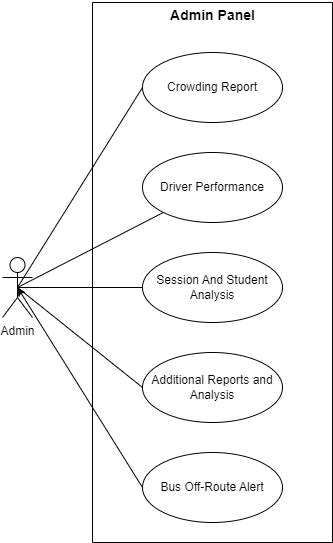
Earlier version of the draw.io export NTU Ride Pilot/Documentation/Diagrams/UseCaseDiagrams/ReportAnalysis.drawio.png (Abubakar-doc/FYP-24-SE-A-204). Source tidied: cells renumbered, new cells last; positions are measured from the earlier drawing's top-left corner, leaving out a move shared by most shapes. Source of this version:
```xml
<mxGraphModel>
  <root>
    <mxCell id="0" />
    <mxCell id="1" parent="0" />
    <mxCell id="2" style="swimlane;startSize=0;" parent="1" vertex="1">
      <mxGeometry x="90" y="2" width="240" height="540" as="geometry" />
    </mxCell>
    <mxCell id="3" value="Crowding Report" style="ellipse;whiteSpace=wrap;html=1;" parent="2" vertex="1">
      <mxGeometry x="50" y="50" width="140" height="70" as="geometry" />
    </mxCell>
    <mxCell id="4" value="Session And Student Analysis" style="ellipse;whiteSpace=wrap;html=1;" parent="2" vertex="1">
      <mxGeometry x="50" y="250" width="140" height="70" as="geometry" />
    </mxCell>
    <mxCell id="5" value="Driver Performance" style="ellipse;whiteSpace=wrap;html=1;" parent="2" vertex="1">
      <mxGeometry x="50" y="150" width="140" height="70" as="geometry" />
    </mxCell>
    <mxCell id="6" value="Additional Reports and Analysis" style="ellipse;whiteSpace=wrap;html=1;" parent="2" vertex="1">
      <mxGeometry x="50" y="350" width="140" height="70" as="geometry" />
    </mxCell>
    <mxCell id="7" value="&lt;p&gt;Bus Off-Route Alert&lt;/p&gt;" style="ellipse;whiteSpace=wrap;html=1;" parent="2" vertex="1">
      <mxGeometry x="50" y="450" width="140" height="70" as="geometry" />
    </mxCell>
    <mxCell id="8" style="rounded=0;jettySize=auto;html=1;exitX=0.5;exitY=0.5;exitDx=0;exitDy=0;exitPerimeter=0;entryX=0;entryY=0.5;entryDx=0;entryDy=0;endArrow=none;startFill=0;" parent="1" edge="1" source="12" target="3">
      <mxGeometry relative="1" as="geometry" />
    </mxCell>
    <mxCell id="9" style="rounded=0;jettySize=auto;html=1;exitX=0.5;exitY=0.5;exitDx=0;exitDy=0;exitPerimeter=0;endArrow=none;startFill=0;" parent="1" edge="1" source="12" target="5">
      <mxGeometry relative="1" as="geometry" />
    </mxCell>
    <mxCell id="10" style="rounded=0;jettySize=auto;html=1;exitX=0.5;exitY=0.5;exitDx=0;exitDy=0;exitPerimeter=0;entryX=0;entryY=0.5;entryDx=0;entryDy=0;endArrow=none;startFill=0;" parent="1" edge="1" source="12" target="4">
      <mxGeometry relative="1" as="geometry" />
    </mxCell>
    <mxCell id="11" style="rounded=0;jettySize=auto;html=1;exitX=0.5;exitY=0.5;exitDx=0;exitDy=0;exitPerimeter=0;entryX=0;entryY=0.5;entryDx=0;entryDy=0;endArrow=none;startFill=0;" parent="1" edge="1" source="12" target="6">
      <mxGeometry relative="1" as="geometry" />
    </mxCell>
    <mxCell id="12" value="Admin" style="shape=umlActor;verticalLabelPosition=bottom;verticalAlign=top;html=1;" parent="1" vertex="1">
      <mxGeometry y="257" width="30" height="60" as="geometry" />
    </mxCell>
    <mxCell id="13" value="&lt;b&gt;&lt;font style=&quot;font-size: 14px;&quot;&gt;Admin Panel&lt;/font&gt;&lt;/b&gt;" style="text;html=1;align=center;verticalAlign=middle;strokeColor=none;fillColor=none;" parent="1" vertex="1">
      <mxGeometry x="155" width="110" height="30" as="geometry" />
    </mxCell>
    <mxCell id="14" style="rounded=0;jettySize=auto;html=1;entryX=0.5;entryY=0.5;entryDx=0;entryDy=0;entryPerimeter=0;exitX=0;exitY=0.5;exitDx=0;exitDy=0;" parent="1" edge="1" source="7" target="12">
      <mxGeometry relative="1" as="geometry" />
    </mxCell>
  </root>
</mxGraphModel>
```
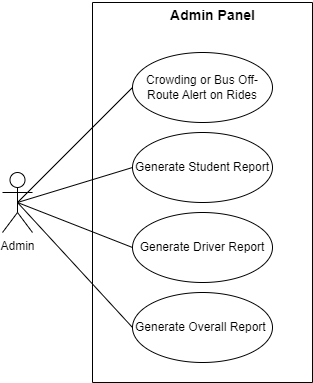
Above is the later version.

What changed in the source:
```diff
@@ -3,43 +3,37 @@
     <mxCell id="0" />
     <mxCell id="1" parent="0" />
     <mxCell id="2" style="swimlane;startSize=0;" parent="1" vertex="1">
-      <mxGeometry x="90" y="2" width="240" height="540" as="geometry" />
+      <mxGeometry x="90" y="2" width="220" height="380" as="geometry" />
     </mxCell>
-    <mxCell id="3" value="Crowding Report" style="ellipse;whiteSpace=wrap;html=1;" parent="2" vertex="1">
-      <mxGeometry x="50" y="50" width="140" height="70" as="geometry" />
+    <mxCell id="3" value="Crowding or Bus Off-Route Alert on Rides" style="ellipse;whiteSpace=wrap;html=1;" parent="2" vertex="1">
+      <mxGeometry x="40" y="50" width="140" height="70" as="geometry" />
     </mxCell>
-    <mxCell id="4" value="Session And Student Analysis" style="ellipse;whiteSpace=wrap;html=1;" parent="2" vertex="1">
-      <mxGeometry x="50" y="250" width="140" height="70" as="geometry" />
-    </mxCell>
-    <mxCell id="5" value="Driver Performance" style="ellipse;whiteSpace=wrap;html=1;" parent="2" vertex="1">
-      <mxGeometry x="50" y="150" width="140" height="70" as="geometry" />
-    </mxCell>
-    <mxCell id="6" value="Additional Reports and Analysis" style="ellipse;whiteSpace=wrap;html=1;" parent="2" vertex="1">
-      <mxGeometry x="50" y="350" width="140" height="70" as="geometry" />
+    <mxCell id="6" value="Generate Student Report" style="ellipse;whiteSpace=wrap;html=1;" parent="2" vertex="1">
+      <mxGeometry x="40" y="130" width="140" height="70" as="geometry" />
     </mxCell>
-    <mxCell id="7" value="&lt;p&gt;Bus Off-Route Alert&lt;/p&gt;" style="ellipse;whiteSpace=wrap;html=1;" parent="2" vertex="1">
-      <mxGeometry x="50" y="450" width="140" height="70" as="geometry" />
-    </mxCell>
+    <mxCell id="15" value="Generate Overall Report&amp;nbsp;" style="ellipse;whiteSpace=wrap;html=1;" parent="2" vertex="1">
+      <mxGeometry x="40" y="290" width="140" height="70" as="geometry" />
+    </mxCell>
+    <mxCell id="16" value="Generate Driver Report" style="ellipse;whiteSpace=wrap;html=1;" parent="2" vertex="1">
+      <mxGeometry x="40" y="210" width="140" height="70" as="geometry" />
+    </mxCell>
     <mxCell id="8" style="rounded=0;jettySize=auto;html=1;exitX=0.5;exitY=0.5;exitDx=0;exitDy=0;exitPerimeter=0;entryX=0;entryY=0.5;entryDx=0;entryDy=0;endArrow=none;startFill=0;" parent="1" edge="1" source="12" target="3">
       <mxGeometry relative="1" as="geometry" />
     </mxCell>
-    <mxCell id="9" style="rounded=0;jettySize=auto;html=1;exitX=0.5;exitY=0.5;exitDx=0;exitDy=0;exitPerimeter=0;endArrow=none;startFill=0;" parent="1" edge="1" source="12" target="5">
-      <mxGeometry relative="1" as="geometry" />
-    </mxCell>
-    <mxCell id="10" style="rounded=0;jettySize=auto;html=1;exitX=0.5;exitY=0.5;exitDx=0;exitDy=0;exitPerimeter=0;entryX=0;entryY=0.5;entryDx=0;entryDy=0;endArrow=none;startFill=0;" parent="1" edge="1" source="12" target="4">
-      <mxGeometry relative="1" as="geometry" />
-    </mxCell>
     <mxCell id="11" style="rounded=0;jettySize=auto;html=1;exitX=0.5;exitY=0.5;exitDx=0;exitDy=0;exitPerimeter=0;entryX=0;entryY=0.5;entryDx=0;entryDy=0;endArrow=none;startFill=0;" parent="1" edge="1" source="12" target="6">
       <mxGeometry relative="1" as="geometry" />
     </mxCell>
+    <mxCell id="17" style="rounded=0;jettySize=auto;html=1;endArrow=none;startFill=0;exitX=0.5;exitY=0.5;exitDx=0;exitDy=0;exitPerimeter=0;entryX=0;entryY=0.5;entryDx=0;entryDy=0;" parent="1" edge="1" source="12" target="15">
+      <mxGeometry relative="1" as="geometry" />
+    </mxCell>
     <mxCell id="12" value="Admin" style="shape=umlActor;verticalLabelPosition=bottom;verticalAlign=top;html=1;" parent="1" vertex="1">
-      <mxGeometry y="257" width="30" height="60" as="geometry" />
+      <mxGeometry y="172" width="30" height="60" as="geometry" />
     </mxCell>
     <mxCell id="13" value="&lt;b&gt;&lt;font style=&quot;font-size: 14px;&quot;&gt;Admin Panel&lt;/font&gt;&lt;/b&gt;" style="text;html=1;align=center;verticalAlign=middle;strokeColor=none;fillColor=none;" parent="1" vertex="1">
       <mxGeometry x="155" width="110" height="30" as="geometry" />
     </mxCell>
-    <mxCell id="14" style="rounded=0;jettySize=auto;html=1;entryX=0.5;entryY=0.5;entryDx=0;entryDy=0;entryPerimeter=0;exitX=0;exitY=0.5;exitDx=0;exitDy=0;" parent="1" edge="1" source="7" target="12">
-      <mxGeometry relative="1" as="geometry" />
-    </mxCell>
+    <mxCell id="18" style="rounded=0;jettySize=auto;html=1;entryX=0.5;entryY=0.5;entryDx=0;entryDy=0;entryPerimeter=0;endArrow=none;startFill=0;exitX=0;exitY=0.5;exitDx=0;exitDy=0;" parent="1" edge="1" source="16" target="12">
+      <mxGeometry relative="1" as="geometry" />
+    </mxCell>
   </root>
 </mxGraphModel>
```
